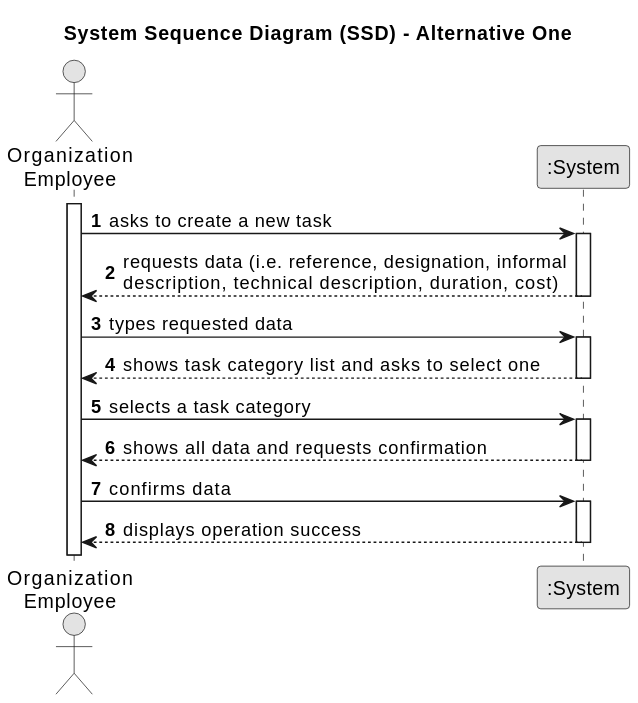
diogoveirospro/lei-24-s2-1dg-g072 keeps this PlantUML diagram as docs/sprintA/us001/01.requirements-engineering/svg/us001-system-sequence-diagram-alternative-one.svg. Above is the earlier version.
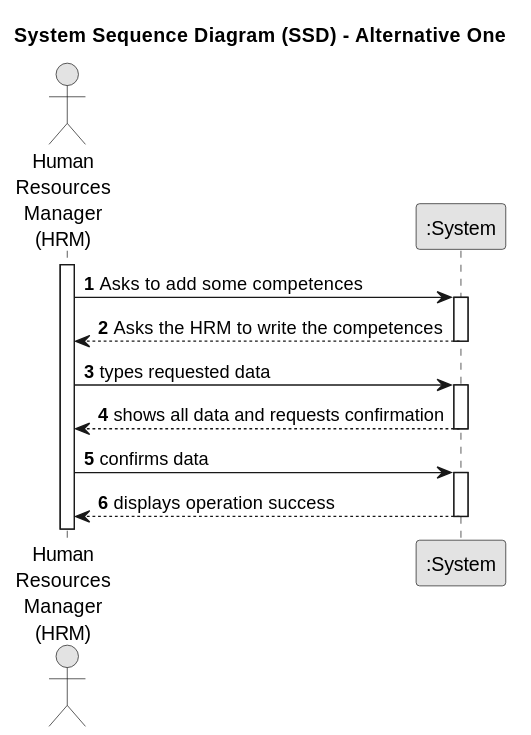
After the change.

The edit, as a diff of the source:
```diff
@@ -7,24 +7,18 @@
 
 autonumber
 
-actor "Organization\nEmployee" as Employee
+actor "Human\nResources\nManager\n(HRM)" as Employee
 participant ":System" as System
 
 activate Employee
 
-    Employee -> System : asks to create a new task
+    Employee -> System : Asks to add some competences
     activate System
 
-        System --> Employee : requests data (i.e. reference, designation, informal\ndescription, technical description, duration, cost)
+        System --> Employee : Asks the HRM to write the competences
     deactivate System
 
     Employee -> System : types requested data
-    activate System
-
-        System --> Employee : shows task category list and asks to select one
-    deactivate System
-
-    Employee -> System : selects a task category
     activate System
 
         System --> Employee : shows all data and requests confirmation
```
